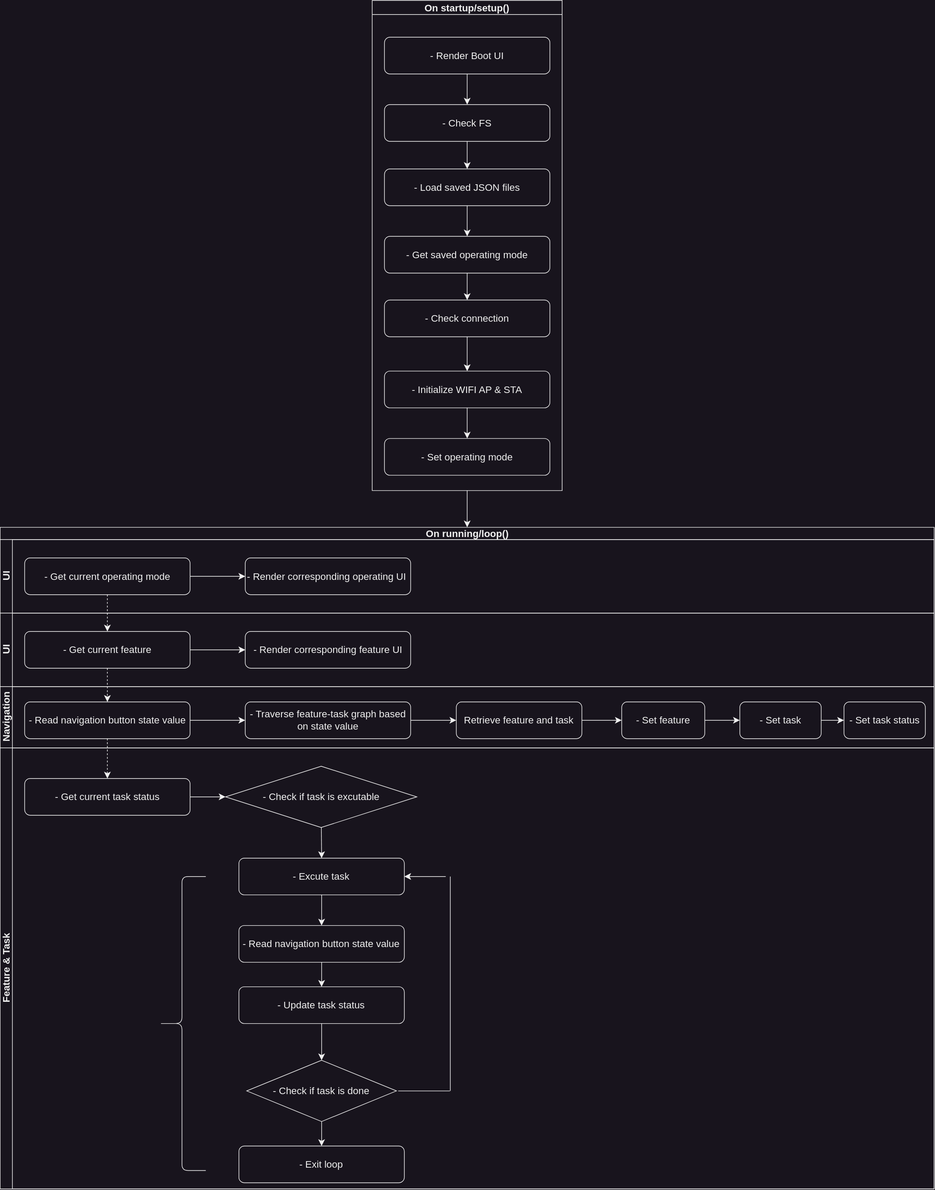
Before: Workflows/Device Firmware Flowchart-General.drawio.svg, a diagram exported from draw.io (kirichain/RFID). Source tidied: cells renumbered, new cells last; positions are measured from the earlier drawing's top-left corner, leaving out a move shared by most shapes.
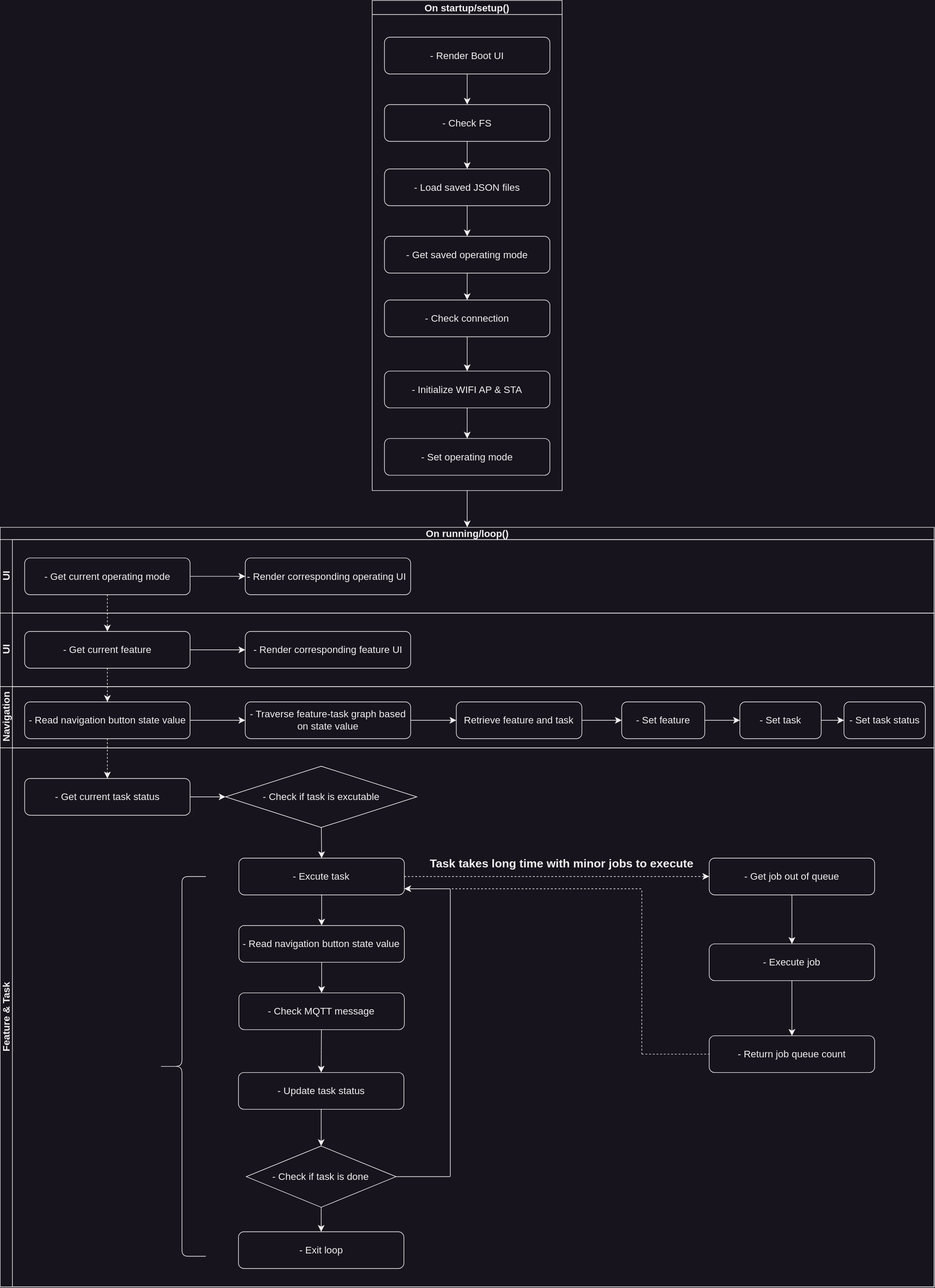
The same file after the commit.

Diff of the diagram source:
```diff
@@ -48,7 +48,7 @@
       <mxGeometry x="20" y="60" width="270" height="60" as="geometry" />
     </mxCell>
     <mxCell id="17" value="On running/loop()" style="swimlane;horizontal=1;startSize=20;html=1;fontSize=16;" parent="1" vertex="1">
-      <mxGeometry x="-0.2" y="860" width="1524.5" height="1080" as="geometry" />
+      <mxGeometry x="-0.2" y="860" width="1524.5" height="1240" as="geometry" />
     </mxCell>
     <mxCell id="18" value="UI" style="swimlane;startSize=20;horizontal=0;html=1;fontSize=16;" parent="17" vertex="1">
       <mxGeometry y="20" width="1524.5" height="120" as="geometry" />
@@ -117,7 +117,7 @@
       <mxGeometry x="1377.2" y="25" width="132.8" height="60" as="geometry" />
     </mxCell>
     <mxCell id="40" value="Feature &amp;amp; Task" style="swimlane;startSize=20;horizontal=0;html=1;fontSize=16;" parent="17" vertex="1">
-      <mxGeometry y="360" width="1524.5" height="720" as="geometry" />
+      <mxGeometry y="360" width="1524.5" height="880" as="geometry" />
     </mxCell>
     <mxCell id="41" value="- Get current task status" style="rounded=1;whiteSpace=wrap;html=1;fontSize=16;" parent="40" vertex="1">
       <mxGeometry x="40" y="50" width="270" height="60" as="geometry" />
@@ -125,12 +125,15 @@
     <mxCell id="42" style="edgeStyle=none;curved=1;rounded=0;jettySize=auto;html=1;entryX=0.5;entryY=0;entryDx=0;entryDy=0;fontSize=12;startSize=8;endSize=8;" parent="40" edge="1" source="43" target="45">
       <mxGeometry relative="1" as="geometry" />
     </mxCell>
+    <mxCell id="59" style="edgeStyle=none;curved=1;rounded=0;jettySize=auto;html=1;fontSize=12;startSize=8;endSize=8;entryX=0;entryY=0.5;entryDx=0;entryDy=0;dashed=1;" parent="40" edge="1" source="43" target="65">
+      <mxGeometry relative="1" as="geometry" />
+    </mxCell>
     <mxCell id="43" value="- Excute task" style="rounded=1;whiteSpace=wrap;html=1;fontSize=16;" parent="40" vertex="1">
       <mxGeometry x="389.6" y="180" width="270" height="60" as="geometry" />
     </mxCell>
-    <mxCell id="44" style="edgeStyle=none;curved=1;rounded=0;jettySize=auto;html=1;entryX=0.5;entryY=0;entryDx=0;entryDy=0;fontSize=12;startSize=8;endSize=8;" parent="40" edge="1" source="45" target="56">
-      <mxGeometry relative="1" as="geometry" />
-    </mxCell>
+    <mxCell id="60" style="edgeStyle=none;curved=1;rounded=0;jettySize=auto;html=1;entryX=0.5;entryY=0;entryDx=0;entryDy=0;fontSize=12;startSize=8;endSize=8;" parent="40" edge="1" source="45" target="62">
+      <mxGeometry relative="1" as="geometry" />
+    </mxCell>
     <mxCell id="45" value="- Read navigation button state value" style="rounded=1;whiteSpace=wrap;html=1;fontSize=16;" parent="40" vertex="1">
       <mxGeometry x="389.6" y="290" width="270" height="60" as="geometry" />
     </mxCell>
@@ -138,21 +141,18 @@
       <mxGeometry relative="1" as="geometry" />
     </mxCell>
     <mxCell id="47" value="- Check if task is done" style="strokeWidth=1;html=1;shape=mxgraph.flowchart.decision;whiteSpace=wrap;fontSize=16;" parent="40" vertex="1">
-      <mxGeometry x="402.4" y="510" width="244.4" height="100" as="geometry" />
+      <mxGeometry x="401.7" y="650" width="244.4" height="100" as="geometry" />
     </mxCell>
     <mxCell id="48" value="- Exit loop" style="rounded=1;whiteSpace=wrap;html=1;fontSize=16;" parent="40" vertex="1">
-      <mxGeometry x="389.6" y="650" width="270" height="60" as="geometry" />
+      <mxGeometry x="388.9" y="790" width="270" height="60" as="geometry" />
     </mxCell>
-    <mxCell id="49" style="line;strokeWidth=1;html=1;perimeter=backbonePerimeter;fontSize=16;" parent="40" vertex="1">
-      <mxGeometry x="649.6" y="555" width="84.4" height="10" as="geometry" />
-    </mxCell>
-    <mxCell id="50" style="endArrow=classic;html=1;rounded=0;fontSize=12;startSize=8;endSize=8;curved=1;entryX=1;entryY=0.5;entryDx=0;entryDy=0;" parent="40" edge="1" target="43">
+    <mxCell id="50" style="endArrow=classic;html=1;rounded=0;fontSize=12;startSize=8;endSize=8;curved=1;entryX=1;entryY=0.5;entryDx=0;entryDy=0;" parent="40" edge="1" source="51">
       <mxGeometry relative="1" as="geometry">
-        <mxPoint x="727.2" y="210" as="sourcePoint" />
+        <mxPoint x="659.6" y="230" as="targetPoint" />
       </mxGeometry>
     </mxCell>
     <mxCell id="51" style="line;strokeWidth=1;direction=south;html=1;perimeter=backbonePerimeter;points=[];outlineConnect=0;fontSize=16;" parent="40" vertex="1">
-      <mxGeometry x="729.6" y="210" width="10" height="350" as="geometry" />
+      <mxGeometry x="729.6" y="230" width="10" height="470" as="geometry" />
     </mxCell>
     <mxCell id="52" style="edgeStyle=none;curved=1;rounded=0;jettySize=auto;html=1;entryX=0.5;entryY=0;entryDx=0;entryDy=0;fontSize=12;startSize=8;endSize=8;" parent="40" edge="1" source="53" target="43">
       <mxGeometry relative="1" as="geometry" />
@@ -164,16 +164,62 @@
       <mxGeometry relative="1" as="geometry" />
     </mxCell>
     <mxCell id="55" style="shape=curlyBracket;whiteSpace=wrap;html=1;rounded=1;labelPosition=left;verticalLabelPosition=middle;align=right;verticalAlign=middle;fontSize=16;" parent="40" vertex="1">
-      <mxGeometry x="257.8" y="210" width="77.8" height="480" as="geometry" />
+      <mxGeometry x="257.8" y="210" width="77.8" height="620" as="geometry" />
     </mxCell>
     <mxCell id="56" value="- Update task status" style="rounded=1;whiteSpace=wrap;html=1;fontSize=16;" parent="40" vertex="1">
-      <mxGeometry x="389.6" y="390" width="270" height="60" as="geometry" />
+      <mxGeometry x="388.9" y="530" width="270" height="60" as="geometry" />
     </mxCell>
     <mxCell id="57" style="edgeStyle=none;curved=1;rounded=0;jettySize=auto;html=1;entryX=0.5;entryY=0;entryDx=0;entryDy=0;entryPerimeter=0;fontSize=12;startSize=8;endSize=8;" parent="40" edge="1" source="56" target="47">
       <mxGeometry relative="1" as="geometry" />
     </mxCell>
+    <mxCell id="61" style="edgeStyle=none;curved=1;rounded=0;jettySize=auto;html=1;entryX=0.5;entryY=0;entryDx=0;entryDy=0;fontSize=12;startSize=8;endSize=8;" parent="40" edge="1" source="62" target="56">
+      <mxGeometry relative="1" as="geometry" />
+    </mxCell>
+    <mxCell id="62" value="- Check MQTT message" style="rounded=1;whiteSpace=wrap;html=1;fontSize=16;" parent="40" vertex="1">
+      <mxGeometry x="389.6" y="400" width="270" height="60" as="geometry" />
+    </mxCell>
+    <mxCell id="63" style="endArrow=none;html=1;rounded=0;fontSize=12;startSize=8;endSize=8;curved=1;" parent="40" edge="1" target="51">
+      <mxGeometry relative="1" as="geometry">
+        <mxPoint x="646.1" y="700" as="sourcePoint" />
+      </mxGeometry>
+    </mxCell>
+    <mxCell id="64" style="edgeStyle=none;curved=1;rounded=0;jettySize=auto;html=1;entryX=0.5;entryY=0;entryDx=0;entryDy=0;fontSize=12;startSize=8;endSize=8;" parent="40" edge="1" source="65" target="68">
+      <mxGeometry relative="1" as="geometry" />
+    </mxCell>
+    <mxCell id="65" value="- Get job out of queue" style="rounded=1;whiteSpace=wrap;html=1;fontSize=16;" parent="40" vertex="1">
+      <mxGeometry x="1157.2" y="180" width="270" height="60" as="geometry" />
+    </mxCell>
+    <mxCell id="66" value="Task takes long time with minor jobs to execute" style="text;strokeColor=none;fillColor=none;html=1;fontSize=19;fontStyle=1;verticalAlign=middle;align=center;" parent="40" vertex="1">
+      <mxGeometry x="739.6" y="170" width="352.8" height="40" as="geometry" />
+    </mxCell>
+    <mxCell id="67" style="edgeStyle=none;curved=1;rounded=0;jettySize=auto;html=1;entryX=0.5;entryY=0;entryDx=0;entryDy=0;fontSize=12;startSize=8;endSize=8;" parent="40" edge="1" source="68" target="69">
+      <mxGeometry relative="1" as="geometry" />
+    </mxCell>
+    <mxCell id="68" value="- Execute job" style="rounded=1;whiteSpace=wrap;html=1;fontSize=16;" parent="40" vertex="1">
+      <mxGeometry x="1157.2" y="320" width="270" height="60" as="geometry" />
+    </mxCell>
+    <mxCell id="69" value="- Return job queue count" style="rounded=1;whiteSpace=wrap;html=1;fontSize=16;" parent="40" vertex="1">
+      <mxGeometry x="1157.2" y="470" width="270" height="60" as="geometry" />
+    </mxCell>
+    <mxCell id="70" style="endArrow=none;html=1;rounded=0;fontSize=12;startSize=8;endSize=8;curved=1;dashed=1;" parent="40" edge="1">
+      <mxGeometry relative="1" as="geometry">
+        <mxPoint x="1047.2" y="500" as="sourcePoint" />
+        <mxPoint x="1047.2" y="230" as="targetPoint" />
+      </mxGeometry>
+    </mxCell>
+    <mxCell id="71" style="endArrow=none;html=1;rounded=0;fontSize=12;startSize=8;endSize=8;curved=1;dashed=1;" parent="40" edge="1">
+      <mxGeometry relative="1" as="geometry">
+        <mxPoint x="737.2" y="230" as="sourcePoint" />
+        <mxPoint x="1047.2" y="230" as="targetPoint" />
+      </mxGeometry>
+    </mxCell>
     <mxCell id="58" style="edgeStyle=none;curved=1;rounded=0;jettySize=auto;html=1;entryX=0.5;entryY=0;entryDx=0;entryDy=0;fontSize=12;startSize=8;endSize=8;dashed=1;" parent="17" edge="1" source="30" target="41">
       <mxGeometry relative="1" as="geometry" />
     </mxCell>
+    <mxCell id="72" style="endArrow=none;html=1;rounded=0;fontSize=12;startSize=8;endSize=8;curved=1;entryX=0;entryY=0.5;entryDx=0;entryDy=0;dashed=1;" parent="1" edge="1" target="69">
+      <mxGeometry relative="1" as="geometry">
+        <mxPoint x="1047" y="1720" as="sourcePoint" />
+      </mxGeometry>
+    </mxCell>
   </root>
 </mxGraphModel>
```
